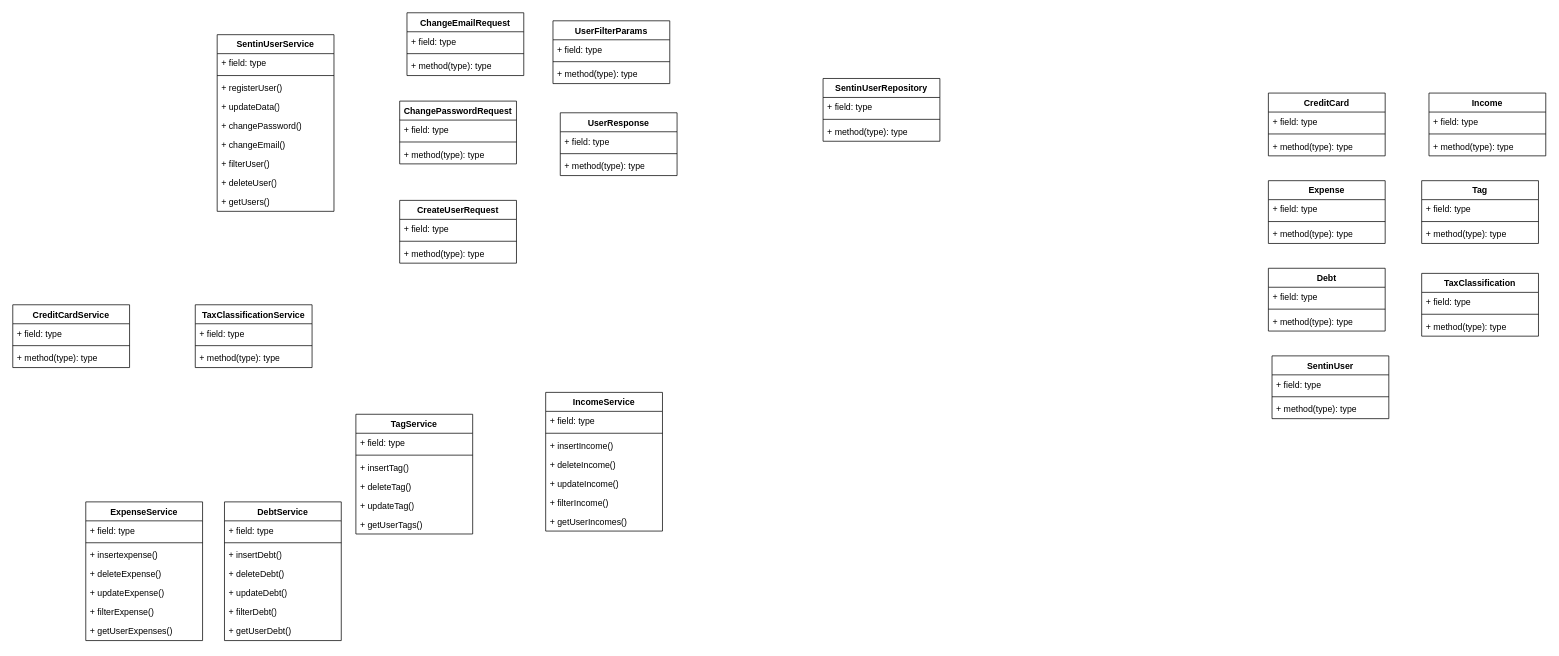
Patgo39/sentin keeps this draw.io diagram as page "Page-2" (2 of 2) of schemas/uml.drawio. Above is the earlier version. Source tidied: cells renumbered, new cells numbered last; positions are measured from the earlier drawing's top-left corner, leaving out a move shared by most shapes. Both pictures are drawn from the tidied source at 73%, with x=0, y=0 at pixel (12, 12).
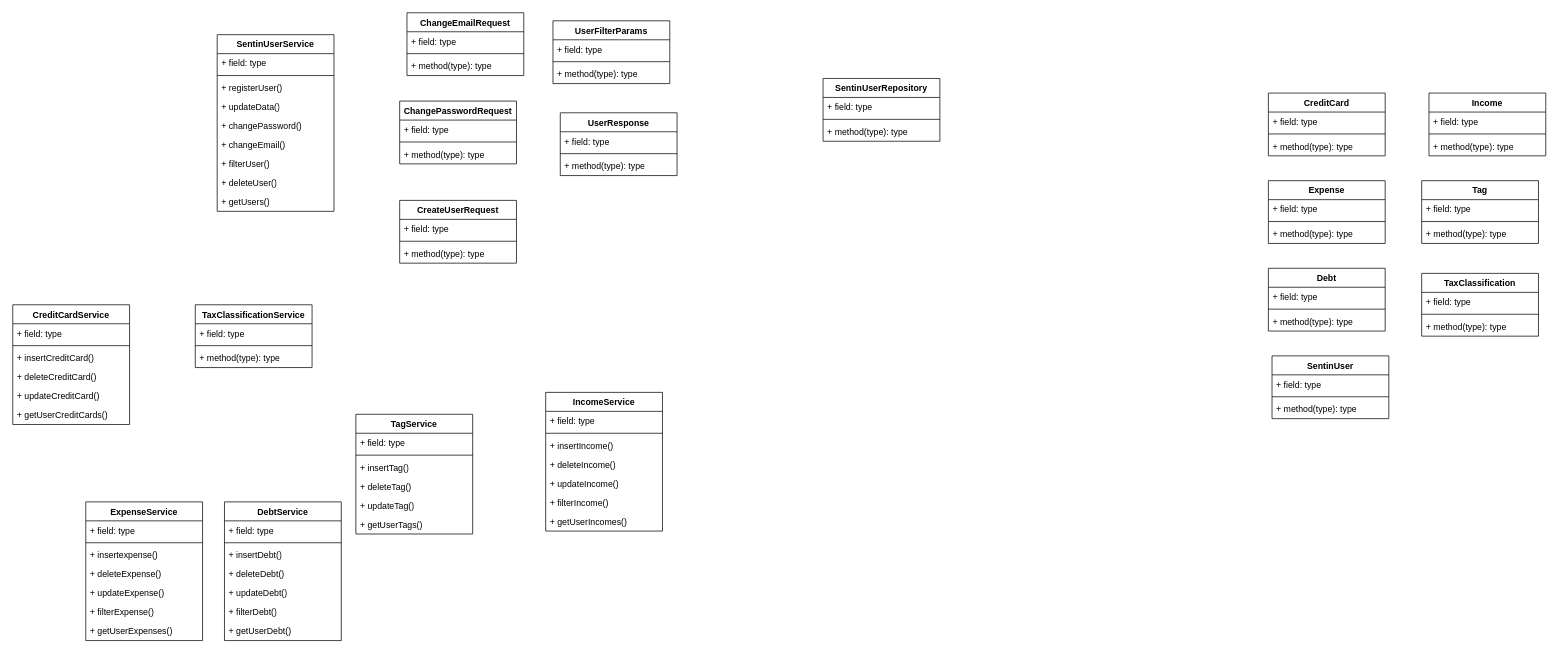
The same diagram, later.

Commit message (it also covers changes not shown here):
docs: More services were defined in uml.drawio

The edit, as a diff of the source:
```diff
@@
     <mxCell id="68" value="CreditCardService" style="swimlane;fontStyle=1;align=center;verticalAlign=top;horizontal=1;startSize=26;whiteSpace=wrap;html=1;" parent="1" vertex="1">
-      <mxGeometry y="400" width="160" height="86" as="geometry" />
+      <mxGeometry y="400" width="160" height="164" as="geometry" />
     </mxCell>
@@
-    <mxCell id="71" value="+ method(type): type" style="text;strokeColor=none;fillColor=none;align=left;verticalAlign=top;spacingLeft=4;spacingRight=4;overflow=hidden;whiteSpace=wrap;html=1;" parent="68" vertex="1">
+    <mxCell id="71" value="+ insertCreditCard()" style="text;strokeColor=none;fillColor=none;align=left;verticalAlign=top;spacingLeft=4;spacingRight=4;overflow=hidden;whiteSpace=wrap;html=1;" parent="68" vertex="1">
       <mxGeometry y="60" width="160" height="26" as="geometry" />
     </mxCell>
+    <mxCell id="103" value="+ deleteCreditCard()" style="text;strokeColor=none;fillColor=none;align=left;verticalAlign=top;spacingLeft=4;spacingRight=4;overflow=hidden;whiteSpace=wrap;html=1;" parent="68" vertex="1">
+      <mxGeometry y="86" width="160" height="26" as="geometry" />
+    </mxCell>
+    <mxCell id="104" value="+ updateCreditCard()" style="text;strokeColor=none;fillColor=none;align=left;verticalAlign=top;spacingLeft=4;spacingRight=4;overflow=hidden;whiteSpace=wrap;html=1;" parent="68" vertex="1">
+      <mxGeometry y="112" width="160" height="26" as="geometry" />
+    </mxCell>
+    <mxCell id="105" value="+ getUserCreditCards()" style="text;strokeColor=none;fillColor=none;align=left;verticalAlign=top;spacingLeft=4;spacingRight=4;overflow=hidden;whiteSpace=wrap;html=1;" parent="68" vertex="1">
+      <mxGeometry y="138" width="160" height="26" as="geometry" />
+    </mxCell>
```
